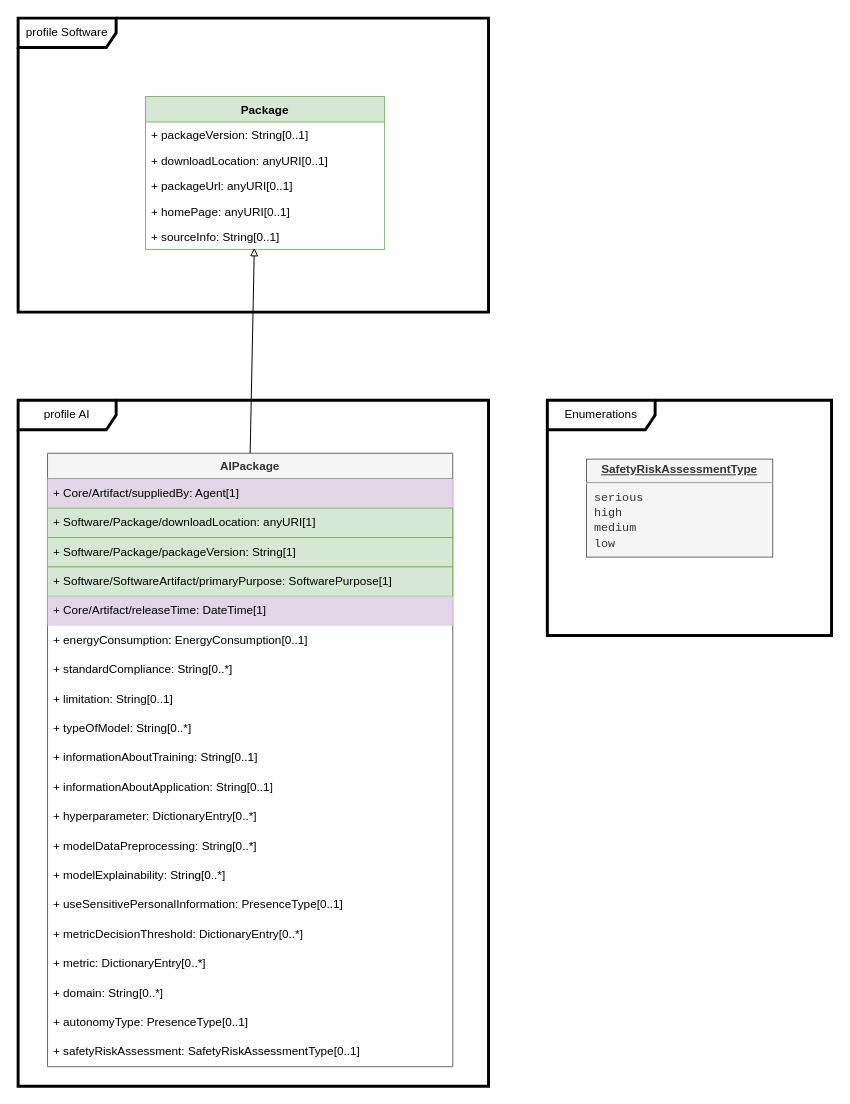
The draw.io diagram page "AI" (5 of 7) of model.drawio in spdx/spdx-3-model, before the edit. Source tidied: cells renumbered, new cells numbered last; positions are measured from the earlier drawing's top-left corner, leaving out a move shared by most shapes. Both pictures are drawn from the tidied source at 98%, with x=0, y=0 at pixel (18, 18).
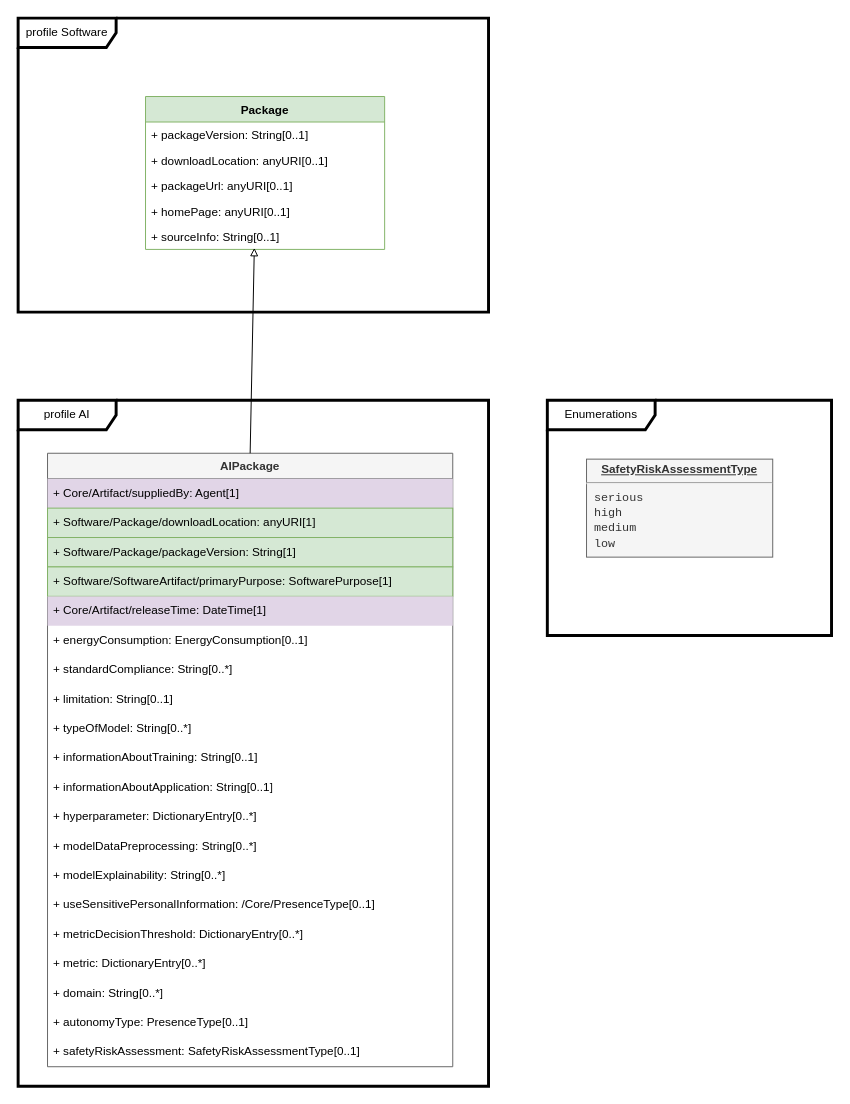
The same page after the edit.

Commit message:
Add a space after colon of "useSensitivePersonalInformation:"

The change refers to these unchanged cells:
```xml
<mxCell id="10" value="AIPackage" style="swimlane;fontStyle=1;horizontal=1;startSize=26;fillColor=#f5f5f5;strokeColor=#666666;fontColor=#333333;" parent="1" vertex="1">
  <mxGeometry x="30" y="444" width="413.5" height="626" as="geometry" />
</mxCell>
```

The edit, as a diff of the source:
```diff
@@
-    <mxCell id="25" value="+ useSensitivePersonalInformation: PresenceType[0..1]" style="text;strokeColor=none;fillColor=none;align=left;verticalAlign=middle;spacingLeft=4;spacingRight=4;overflow=hidden;whiteSpace=wrap;html=1;" parent="10" vertex="1">
+    <mxCell id="25" value="+ useSensitivePersonalInformation: /Core/PresenceType[0..1]" style="text;strokeColor=none;fillColor=none;align=left;verticalAlign=middle;spacingLeft=4;spacingRight=4;overflow=hidden;whiteSpace=wrap;html=1;" parent="10" vertex="1">
       <mxGeometry y="446" width="413.5" height="30" as="geometry" />
     </mxCell>
```
